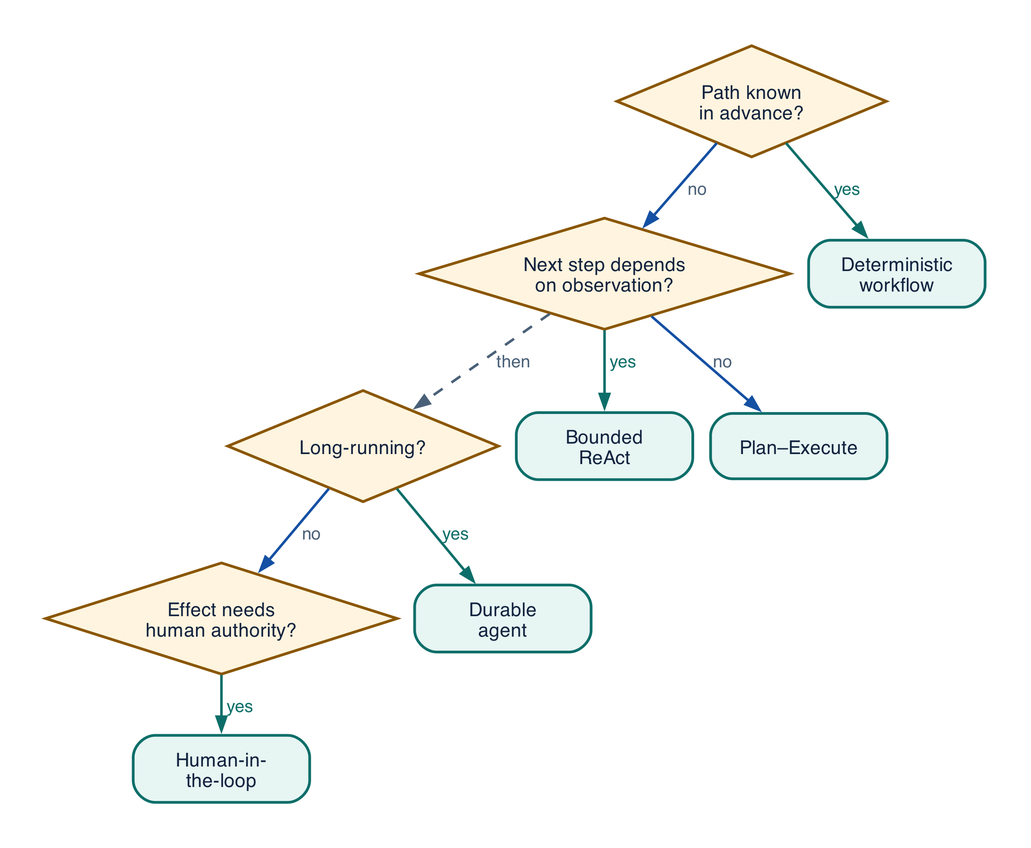
rrahimi-uci/building-enterprise-general-intelligence keeps this Graphviz diagram as assets/diagrams/pattern-decision-tree.png. Above is the earlier version. Its source is kept beside it as assets/diagrams/src/pattern-decision-tree.gv.
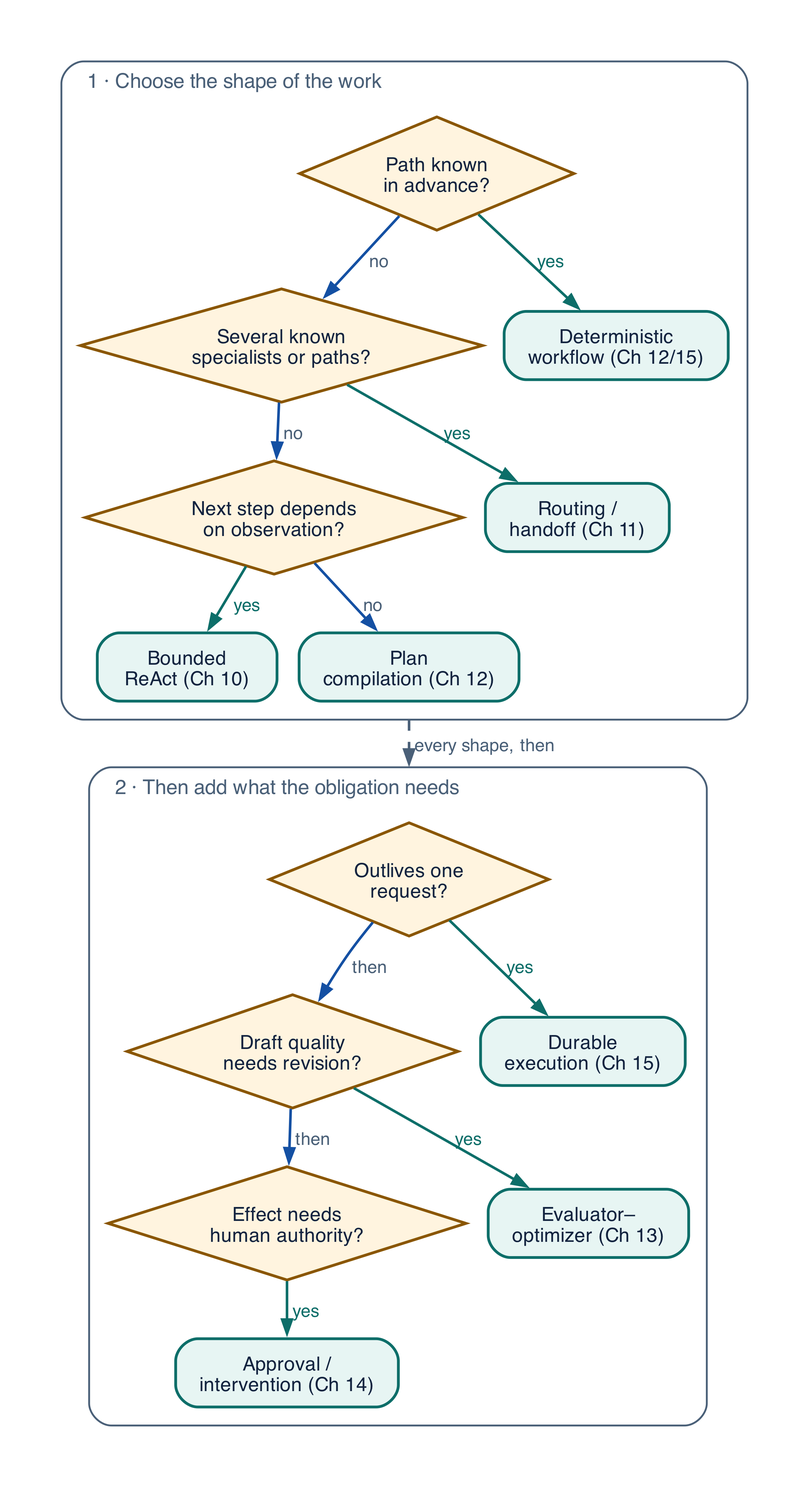
Above is the later version.

Change to the diagram source:
```diff
@@ -1,26 +1,50 @@
 digraph pattern_decision_tree {
   rankdir = TB
-  graph [ranksep=0.32, nodesep=0.14]
+  compound = true
+  graph [ranksep=0.30, nodesep=0.16]
   node [width=1.35, fontsize=10.5]
   edge [fontsize=9.5]
 
-  q1 [label="Path known\nin advance?", fillcolor="#FFF4DF", color="#8A5600", shape=diamond, style=filled, width=1.5, height=0.85]
-  q2 [label="Next step depends\non observation?", fillcolor="#FFF4DF", color="#8A5600", shape=diamond, style=filled, width=1.8, height=0.85]
-  q3 [label="Long-running?", fillcolor="#FFF4DF", color="#8A5600", shape=diamond, style=filled, width=1.5, height=0.85]
-  q4 [label="Effect needs\nhuman authority?", fillcolor="#FFF4DF", color="#8A5600", shape=diamond, style=filled, width=1.7, height=0.85]
+  subgraph cluster_shape {
+    label="  1 · Choose the shape of the work  "; labeljust="l"; fontsize=11; fontcolor="#4A6078"
+    color="#4A6078"; style="rounded"; margin=10
 
-  p1 [label="Deterministic\nworkflow", fillcolor="#E7F5F3", color="#0D6E69"]
-  p2 [label="Bounded\nReAct", fillcolor="#E7F5F3", color="#0D6E69"]
-  p3 [label="Plan–Execute", fillcolor="#E7F5F3", color="#0D6E69"]
-  p4 [label="Durable\nagent", fillcolor="#E7F5F3", color="#0D6E69"]
-  p5 [label="Human-in-\nthe-loop", fillcolor="#E7F5F3", color="#0D6E69"]
+    q1 [label="Path known\nin advance?", fillcolor="#FFF4DF", color="#8A5600", shape=diamond, style=filled, width=1.5, height=0.85]
+    q2 [label="Several known\nspecialists or paths?", fillcolor="#FFF4DF", color="#8A5600", shape=diamond, style=filled, width=1.9, height=0.85]
+    q3 [label="Next step depends\non observation?", fillcolor="#FFF4DF", color="#8A5600", shape=diamond, style=filled, width=1.8, height=0.85]
 
-  q1 -> p1 [label=" yes ", color="#0D6E69", fontcolor="#0D6E69"]
-  q1 -> q2 [label=" no "]
-  q2 -> p2 [label=" yes ", color="#0D6E69", fontcolor="#0D6E69"]
-  q2 -> p3 [label=" no "]
-  q2 -> q3 [style=dashed, color="#4A6078", label=" then "]
-  q3 -> p4 [label=" yes ", color="#0D6E69", fontcolor="#0D6E69"]
-  q3 -> q4 [label=" no "]
-  q4 -> p5 [label=" yes ", color="#0D6E69", fontcolor="#0D6E69"]
+    p1 [label="Deterministic\nworkflow (Ch 12/15)", fillcolor="#E7F5F3", color="#0D6E69"]
+    p2 [label="Routing /\nhandoff (Ch 11)", fillcolor="#E7F5F3", color="#0D6E69"]
+    p3 [label="Bounded\nReAct (Ch 10)", fillcolor="#E7F5F3", color="#0D6E69"]
+    p4 [label="Plan\ncompilation (Ch 12)", fillcolor="#E7F5F3", color="#0D6E69"]
+
+    q1 -> p1 [label=" yes ", color="#0D6E69", fontcolor="#0D6E69"]
+    q1 -> q2 [label=" no "]
+    q2 -> p2 [label=" yes ", color="#0D6E69", fontcolor="#0D6E69"]
+    q2 -> q3 [label=" no "]
+    q3 -> p3 [label=" yes ", color="#0D6E69", fontcolor="#0D6E69"]
+    q3 -> p4 [label=" no "]
+  }
+
+  subgraph cluster_checks {
+    label="  2 · Then add what the obligation needs  "; labeljust="l"; fontsize=11; fontcolor="#4A6078"
+    color="#4A6078"; style="rounded"; margin=10
+
+    c1 [label="Outlives one\nrequest?", fillcolor="#FFF4DF", color="#8A5600", shape=diamond, style=filled, width=1.6, height=0.85]
+    c2 [label="Draft quality\nneeds revision?", fillcolor="#FFF4DF", color="#8A5600", shape=diamond, style=filled, width=1.7, height=0.85]
+    c3 [label="Effect needs\nhuman authority?", fillcolor="#FFF4DF", color="#8A5600", shape=diamond, style=filled, width=1.7, height=0.85]
+
+    a1 [label="Durable\nexecution (Ch 15)", fillcolor="#E7F5F3", color="#0D6E69"]
+    a2 [label="Evaluator–\noptimizer (Ch 13)", fillcolor="#E7F5F3", color="#0D6E69"]
+    a3 [label="Approval /\nintervention (Ch 14)", fillcolor="#E7F5F3", color="#0D6E69"]
+
+    c1 -> a1 [label=" yes ", color="#0D6E69", fontcolor="#0D6E69"]
+    c1 -> c2 [label=" then "]
+    c2 -> a2 [label=" yes ", color="#0D6E69", fontcolor="#0D6E69"]
+    c2 -> c3 [label=" then "]
+    c3 -> a3 [label=" yes ", color="#0D6E69", fontcolor="#0D6E69"]
+  }
+
+  p4 -> c1 [style=dashed, color="#4A6078", fontcolor="#4A6078", label=" every shape, then ",
+            ltail=cluster_shape, lhead=cluster_checks]
 }
```
